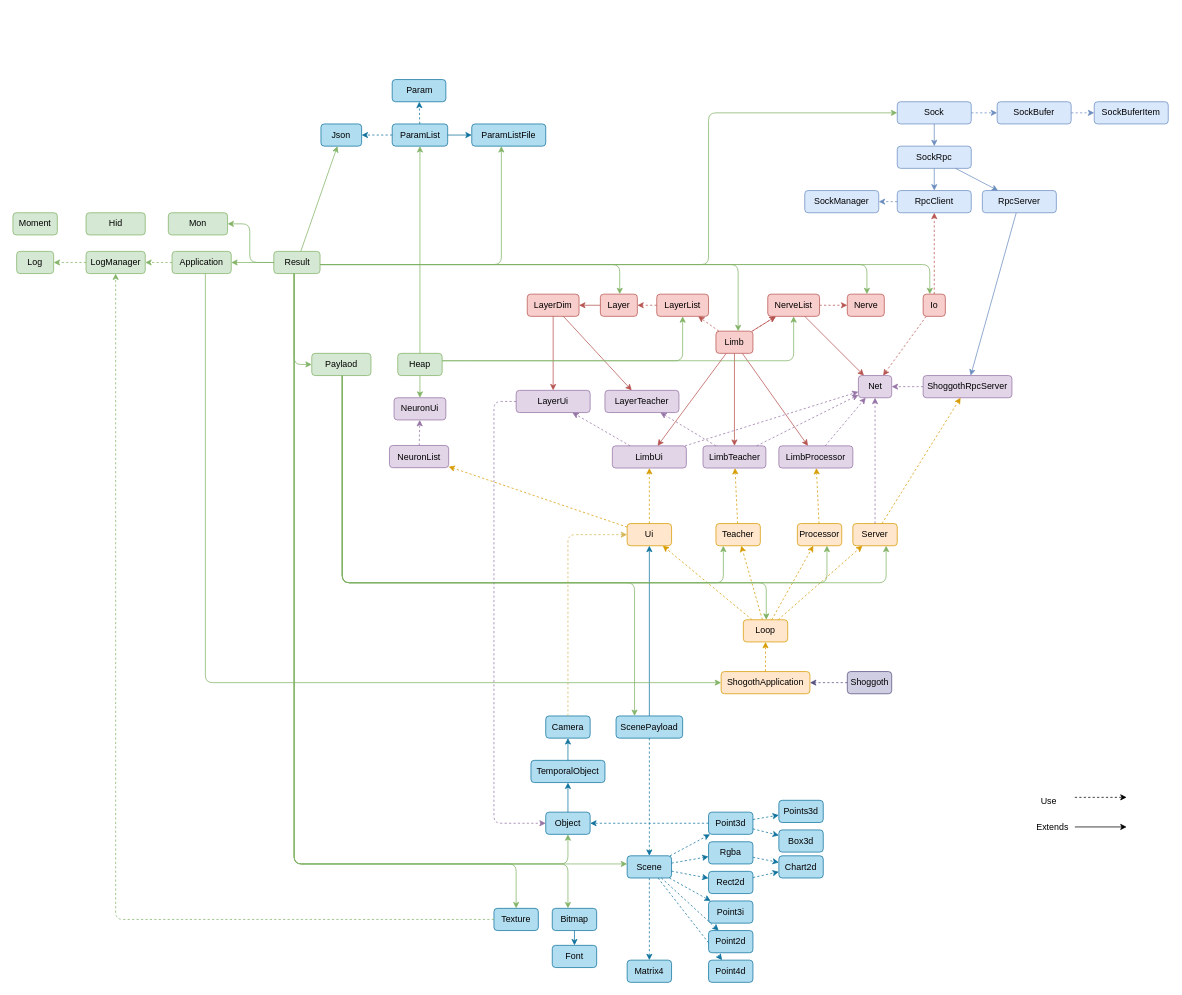
This is shoggoth.drawio from johnthesmith/shoggoth, a draw.io file, before an edit. Source tidied: cells renumbered, new cells numbered last; positions are measured from the earlier drawing's top-left corner, leaving out a move shared by most shapes. Both pictures are drawn from the tidied source at 74%, with x=0, y=0 at pixel (13, 79).
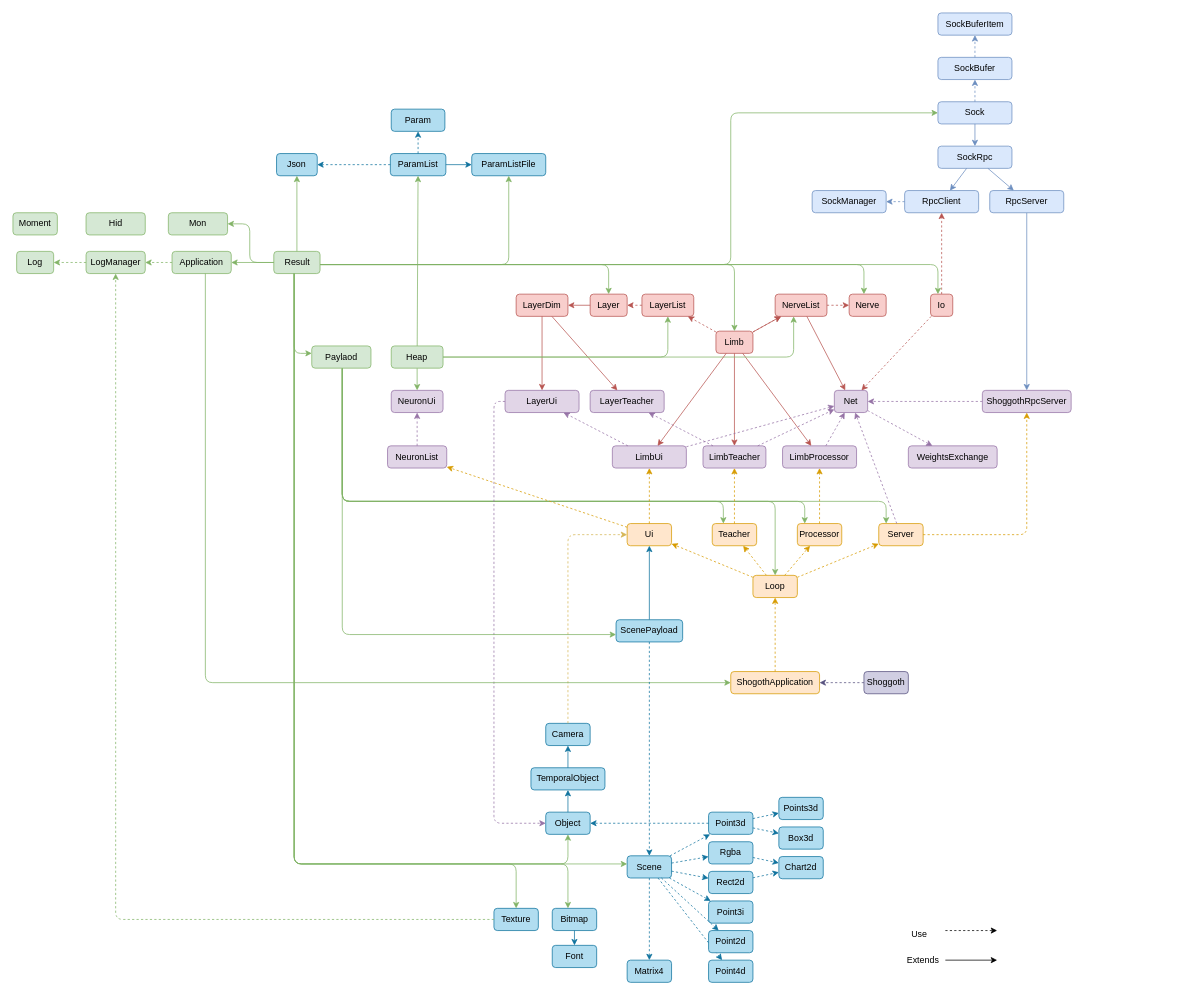
Above is the later version.

The change refers to these unchanged cells:
```xml
<mxCell id="15" value="Processor" style="text;html=1;align=center;verticalAlign=middle;whiteSpace=wrap;rounded=1;fillColor=#ffe6cc;strokeColor=#d79b00;" parent="1" vertex="1">
  <mxGeometry x="1060" y="600" width="60" height="30" as="geometry" />
</mxCell>
<mxCell id="27" value="Limb" style="text;html=1;align=center;verticalAlign=middle;whiteSpace=wrap;rounded=1;fillColor=#f8cecc;strokeColor=#b85450;" parent="1" vertex="1">
  <mxGeometry x="950" y="340" width="50" height="30" as="geometry" />
</mxCell>
<mxCell id="92" value="Result" style="text;html=1;align=center;verticalAlign=middle;whiteSpace=wrap;rounded=1;fillColor=#d5e8d4;strokeColor=#82b366;" parent="1" vertex="1">
  <mxGeometry x="352.5" y="232.2" width="62.5" height="30" as="geometry" />
</mxCell>
```

The edit, as a diff of the source:
```diff
@@
     <mxCell id="2" value="Shoggoth" style="text;html=1;align=center;verticalAlign=middle;whiteSpace=wrap;rounded=1;fillColor=#d0cee2;strokeColor=#56517e;" parent="1" vertex="1">
-      <mxGeometry x="1127.5" y="800" width="60" height="30" as="geometry" />
+      <mxGeometry x="1150" y="800" width="60" height="30" as="geometry" />
     </mxCell>
@@
     <mxCell id="4" value="ShogothApplication" style="text;html=1;align=center;verticalAlign=middle;whiteSpace=wrap;rounded=1;fillColor=#ffe6cc;strokeColor=#d79b00;" parent="1" vertex="1">
-      <mxGeometry x="957" y="800" width="120" height="30" as="geometry" />
+      <mxGeometry x="970" y="800" width="120" height="30" as="geometry" />
     </mxCell>
@@
     <mxCell id="6" value="Server" style="text;html=1;align=center;verticalAlign=middle;whiteSpace=wrap;rounded=1;fillColor=#ffe6cc;strokeColor=#d79b00;" parent="1" vertex="1">
-      <mxGeometry x="1135" y="600" width="60" height="30" as="geometry" />
+      <mxGeometry x="1170" y="600" width="60" height="30" as="geometry" />
     </mxCell>
@@
     <mxCell id="8" value="Teacher" style="text;html=1;align=center;verticalAlign=middle;whiteSpace=wrap;rounded=1;fillColor=#ffe6cc;strokeColor=#d79b00;" parent="1" vertex="1">
-      <mxGeometry x="950" y="600" width="60" height="30" as="geometry" />
+      <mxGeometry x="945" y="600" width="60" height="30" as="geometry" />
     </mxCell>
@@
     <mxCell id="13" value="Loop" style="text;html=1;align=center;verticalAlign=middle;whiteSpace=wrap;rounded=1;fillColor=#ffe6cc;strokeColor=#d79b00;" parent="1" vertex="1">
-      <mxGeometry x="987" y="730" width="60" height="30" as="geometry" />
+      <mxGeometry x="1000" y="670" width="60" height="30" as="geometry" />
     </mxCell>
@@
     <mxCell id="16" style="rounded=1;jettySize=auto;html=1;fillColor=#d5e8d4;strokeColor=#82b366;edgeStyle=orthogonalEdgeStyle;" parent="1" edge="1" source="112" target="8">
       <mxGeometry relative="1" as="geometry">
         <Array as="points">
-          <mxPoint x="445" y="680" />
-          <mxPoint x="960" y="680" />
+          <mxPoint x="445" y="570" />
+          <mxPoint x="960" y="570" />
         </Array>
       </mxGeometry>
     </mxCell>
     <mxCell id="17" style="rounded=1;jettySize=auto;html=1;fillColor=#d5e8d4;strokeColor=#82b366;edgeStyle=orthogonalEdgeStyle;" parent="1" edge="1" source="112" target="13">
       <mxGeometry relative="1" as="geometry">
         <Array as="points">
-          <mxPoint x="445" y="680" />
-          <mxPoint x="1018" y="680" />
+          <mxPoint x="445" y="570" />
+          <mxPoint x="1030" y="570" />
         </Array>
       </mxGeometry>
     </mxCell>
@@
     <mxCell id="19" style="rounded=1;jettySize=auto;html=1;fillColor=#d5e8d4;strokeColor=#82b366;edgeStyle=orthogonalEdgeStyle;" parent="1" edge="1" source="112" target="6">
       <mxGeometry relative="1" as="geometry">
         <Array as="points">
-          <mxPoint x="445" y="680" />
-          <mxPoint x="1180" y="680" />
+          <mxPoint x="445" y="570" />
+          <mxPoint x="1180" y="570" />
         </Array>
       </mxGeometry>
     </mxCell>
     <mxCell id="20" style="rounded=1;jettySize=auto;html=1;fillColor=#d5e8d4;strokeColor=#82b366;edgeStyle=orthogonalEdgeStyle;" parent="1" edge="1" source="112" target="15">
       <mxGeometry relative="1" as="geometry">
         <Array as="points">
-          <mxPoint x="445" y="680" />
-          <mxPoint x="1100" y="680" />
+          <mxPoint x="445" y="570" />
+          <mxPoint x="1070" y="570" />
         </Array>
       </mxGeometry>
     </mxCell>
@@
     <mxCell id="22" value="LimbProcessor" style="text;html=1;align=center;verticalAlign=middle;whiteSpace=wrap;rounded=1;fillColor=#e1d5e7;strokeColor=#9673a6;" parent="1" vertex="1">
-      <mxGeometry x="1035" y="495" width="100" height="30" as="geometry" />
+      <mxGeometry x="1040" y="495" width="100" height="30" as="geometry" />
     </mxCell>
@@
     <mxCell id="30" value="Net" style="text;html=1;align=center;verticalAlign=middle;whiteSpace=wrap;rounded=1;fillColor=#e1d5e7;strokeColor=#9673a6;" parent="1" vertex="1">
-      <mxGeometry x="1142.5" y="400" width="45" height="30" as="geometry" />
+      <mxGeometry x="1110" y="420" width="45" height="30" as="geometry" />
     </mxCell>
@@
     <mxCell id="35" value="Layer" style="text;html=1;align=center;verticalAlign=middle;whiteSpace=wrap;rounded=1;fillColor=#f8cecc;strokeColor=#b85450;" parent="1" vertex="1">
-      <mxGeometry x="793.8" y="290" width="50" height="30" as="geometry" />
+      <mxGeometry x="780" y="290" width="50" height="30" as="geometry" />
     </mxCell>
     <mxCell id="36" value="LayerTeacher" style="text;html=1;align=center;verticalAlign=middle;whiteSpace=wrap;rounded=1;fillColor=#e1d5e7;strokeColor=#9673a6;" parent="1" vertex="1">
-      <mxGeometry x="800" y="420" width="100" height="30" as="geometry" />
+      <mxGeometry x="780" y="420" width="100" height="30" as="geometry" />
     </mxCell>
@@
     <mxCell id="39" value="LayerUi" style="text;html=1;align=center;verticalAlign=middle;whiteSpace=wrap;rounded=1;fillColor=#e1d5e7;strokeColor=#9673a6;" parent="1" vertex="1">
-      <mxGeometry x="680" y="420" width="100" height="30" as="geometry" />
+      <mxGeometry x="665" y="420" width="100" height="30" as="geometry" />
     </mxCell>
@@
     <mxCell id="43" value="LayerDim" style="text;html=1;align=center;verticalAlign=middle;whiteSpace=wrap;rounded=1;fillColor=#f8cecc;strokeColor=#b85450;" parent="1" vertex="1">
-      <mxGeometry x="695" y="290" width="70" height="30" as="geometry" />
+      <mxGeometry x="680" y="290" width="70" height="30" as="geometry" />
     </mxCell>
@@
     <mxCell id="45" value="NeuronUi" style="text;html=1;align=center;verticalAlign=middle;whiteSpace=wrap;rounded=1;fillColor=#e1d5e7;strokeColor=#9673a6;" parent="1" vertex="1">
-      <mxGeometry x="515" y="430" width="70" height="30" as="geometry" />
+      <mxGeometry x="511.2" y="420" width="70" height="30" as="geometry" />
     </mxCell>
     <mxCell id="46" value="NeuronList" style="text;html=1;align=center;verticalAlign=middle;whiteSpace=wrap;rounded=1;fillColor=#e1d5e7;strokeColor=#9673a6;" parent="1" vertex="1">
-      <mxGeometry x="508.8" y="494.5" width="80" height="30" as="geometry" />
+      <mxGeometry x="506.2" y="495" width="80" height="30" as="geometry" />
     </mxCell>
@@
     <mxCell id="49" style="rounded=1;jettySize=auto;html=1;edgeStyle=orthogonalEdgeStyle;fillColor=#d5e8d4;strokeColor=#82b366;" parent="1" edge="1" source="92" target="35">
       <mxGeometry relative="1" as="geometry">
         <Array as="points">
-          <mxPoint x="820" y="250" />
+          <mxPoint x="805" y="250" />
         </Array>
       </mxGeometry>
     </mxCell>
     <mxCell id="50" value="LayerList" style="text;html=1;align=center;verticalAlign=middle;whiteSpace=wrap;rounded=1;fillColor=#f8cecc;strokeColor=#b85450;" parent="1" vertex="1">
-      <mxGeometry x="870" y="290" width="70" height="30" as="geometry" />
+      <mxGeometry x="850" y="290" width="70" height="30" as="geometry" />
     </mxCell>
     <mxCell id="51" style="rounded=1;jettySize=auto;html=1;edgeStyle=orthogonalEdgeStyle;fillColor=#d5e8d4;strokeColor=#82b366;" parent="1" edge="1" source="91" target="153">
       <mxGeometry relative="1" as="geometry">
         <Array as="points">
-          <mxPoint x="613" y="380" />
-          <mxPoint x="1065" y="380" />
+          <mxPoint x="1055" y="375" />
         </Array>
       </mxGeometry>
     </mxCell>
@@
     <mxCell id="53" value="Nerve" style="text;html=1;align=center;verticalAlign=middle;whiteSpace=wrap;rounded=1;fillColor=#f8cecc;strokeColor=#b85450;" parent="1" vertex="1">
-      <mxGeometry x="1127.5" y="290" width="50" height="30" as="geometry" />
+      <mxGeometry x="1130" y="290" width="50" height="30" as="geometry" />
     </mxCell>
     <mxCell id="54" style="rounded=1;jettySize=auto;html=1;edgeStyle=orthogonalEdgeStyle;fillColor=#d5e8d4;strokeColor=#82b366;" parent="1" edge="1" source="92" target="53">
       <mxGeometry relative="1" as="geometry">
         <Array as="points">
-          <mxPoint x="1154" y="250" />
+          <mxPoint x="1150" y="250" />
         </Array>
       </mxGeometry>
     </mxCell>
@@
     <mxCell id="56" style="rounded=1;jettySize=auto;html=1;edgeStyle=orthogonalEdgeStyle;fillColor=#d5e8d4;strokeColor=#82b366;" parent="1" edge="1" source="92" target="27">
       <mxGeometry relative="1" as="geometry">
         <Array as="points">
-          <mxPoint x="980" y="250" />
+          <mxPoint x="975" y="250" />
         </Array>
       </mxGeometry>
     </mxCell>
     <mxCell id="57" style="rounded=1;jettySize=auto;html=1;edgeStyle=orthogonalEdgeStyle;fillColor=#d5e8d4;strokeColor=#82b366;" parent="1" edge="1" source="91" target="50">
       <mxGeometry relative="1" as="geometry">
         <Array as="points">
-          <mxPoint x="613" y="380" />
-          <mxPoint x="890" y="380" />
+          <mxPoint x="885" y="375" />
         </Array>
       </mxGeometry>
     </mxCell>
@@
     <mxCell id="60" value="ShoggothRpcServer" style="text;html=1;align=center;verticalAlign=middle;whiteSpace=wrap;rounded=1;fillColor=#e1d5e7;strokeColor=#9673a6;" parent="1" vertex="1">
-      <mxGeometry x="1230" y="400" width="120" height="30" as="geometry" />
+      <mxGeometry x="1310" y="420" width="120" height="30" as="geometry" />
     </mxCell>
-    <mxCell id="61" style="rounded=1;jettySize=auto;html=1;dashed=1;fillColor=#ffe6cc;strokeColor=#d79b00;" parent="1" edge="1" source="6" target="60">
-      <mxGeometry relative="1" as="geometry" />
+    <mxCell id="61" style="rounded=1;jettySize=auto;html=1;dashed=1;fillColor=#ffe6cc;strokeColor=#d79b00;edgeStyle=orthogonalEdgeStyle;" parent="1" edge="1" source="6" target="60">
+      <mxGeometry relative="1" as="geometry">
+        <Array as="points">
+          <mxPoint x="1370" y="615" />
+        </Array>
+      </mxGeometry>
     </mxCell>
@@
     <mxCell id="63" style="rounded=1;jettySize=auto;html=1;edgeStyle=orthogonalEdgeStyle;fillColor=#d5e8d4;strokeColor=#82b366;" parent="1" edge="1" source="92" target="154">
       <mxGeometry relative="1" as="geometry">
         <Array as="points">
-          <mxPoint x="1239" y="250" />
+          <mxPoint x="1250" y="250" />
         </Array>
       </mxGeometry>
     </mxCell>
@@
     <mxCell id="67" style="rounded=1;orthogonalLoop=1;jettySize=auto;html=1;dashed=1;" parent="1" edge="1">
       <mxGeometry relative="1" as="geometry">
-        <mxPoint x="1435" y="970" as="sourcePoint" />
-        <mxPoint x="1505" y="970" as="targetPoint" />
+        <mxPoint x="1260" y="1150" as="sourcePoint" />
+        <mxPoint x="1330" y="1150" as="targetPoint" />
       </mxGeometry>
     </mxCell>
     <mxCell id="68" value="Use" style="text;html=1;align=center;verticalAlign=middle;whiteSpace=wrap;rounded=1;" parent="1" vertex="1">
-      <mxGeometry x="1370" y="960" width="60" height="30" as="geometry" />
+      <mxGeometry x="1195" y="1140" width="60" height="30" as="geometry" />
     </mxCell>
     <mxCell id="69" style="rounded=1;orthogonalLoop=1;jettySize=auto;html=1;" parent="1" edge="1">
       <mxGeometry relative="1" as="geometry">
-        <mxPoint x="1435" y="1010" as="sourcePoint" />
-        <mxPoint x="1505" y="1010" as="targetPoint" />
+        <mxPoint x="1260" y="1190" as="sourcePoint" />
+        <mxPoint x="1330" y="1190" as="targetPoint" />
       </mxGeometry>
     </mxCell>
     <mxCell id="70" value="Extends" style="text;html=1;align=center;verticalAlign=middle;whiteSpace=wrap;rounded=1;" parent="1" vertex="1">
-      <mxGeometry x="1375" y="995.5" width="60" height="30" as="geometry" />
+      <mxGeometry x="1200" y="1175.5" width="60" height="30" as="geometry" />
     </mxCell>
@@
     <mxCell id="73" value="Camera" style="text;html=1;align=center;verticalAlign=middle;whiteSpace=wrap;rounded=1;fillColor=#b1ddf0;strokeColor=#10739e;" parent="1" vertex="1">
-      <mxGeometry x="720" y="860" width="60" height="30" as="geometry" />
+      <mxGeometry x="720" y="870" width="60" height="30" as="geometry" />
     </mxCell>
@@
     <mxCell id="75" value="ScenePayload" style="text;html=1;align=center;verticalAlign=middle;whiteSpace=wrap;rounded=1;fillColor=#b1ddf0;strokeColor=#10739e;" parent="1" vertex="1">
-      <mxGeometry x="815" y="860" width="90" height="30" as="geometry" />
+      <mxGeometry x="815" y="730" width="90" height="30" as="geometry" />
     </mxCell>
@@
     <mxCell id="77" value="RpcClient" style="text;html=1;align=center;verticalAlign=middle;whiteSpace=wrap;rounded=1;fillColor=#dae8fc;strokeColor=#6c8ebf;" parent="1" vertex="1">
-      <mxGeometry x="1195" y="150" width="100" height="30" as="geometry" />
+      <mxGeometry x="1205" y="150" width="100" height="30" as="geometry" />
     </mxCell>
     <mxCell id="78" value="RpcServer" style="text;html=1;align=center;verticalAlign=middle;whiteSpace=wrap;rounded=1;fillColor=#dae8fc;strokeColor=#6c8ebf;" parent="1" vertex="1">
-      <mxGeometry x="1310" y="150" width="100" height="30" as="geometry" />
+      <mxGeometry x="1320" y="150" width="100" height="30" as="geometry" />
     </mxCell>
     <mxCell id="79" value="Sock" style="text;html=1;align=center;verticalAlign=middle;whiteSpace=wrap;rounded=1;fillColor=#dae8fc;strokeColor=#6c8ebf;" parent="1" vertex="1">
-      <mxGeometry x="1195" y="30" width="100" height="30" as="geometry" />
+      <mxGeometry x="1250" y="30" width="100" height="30" as="geometry" />
     </mxCell>
     <mxCell id="80" value="SockRpc" style="text;html=1;align=center;verticalAlign=middle;whiteSpace=wrap;rounded=1;fillColor=#dae8fc;strokeColor=#6c8ebf;" parent="1" vertex="1">
-      <mxGeometry x="1195" y="90" width="100" height="30" as="geometry" />
+      <mxGeometry x="1250" y="90" width="100" height="30" as="geometry" />
     </mxCell>
@@
     <mxCell id="82" value="SockManager" style="text;html=1;align=center;verticalAlign=middle;whiteSpace=wrap;rounded=1;fillColor=#dae8fc;strokeColor=#6c8ebf;" parent="1" vertex="1">
-      <mxGeometry x="1070" y="150" width="100" height="30" as="geometry" />
+      <mxGeometry x="1080" y="150" width="100" height="30" as="geometry" />
     </mxCell>
     <mxCell id="83" value="SockBufer" style="text;html=1;align=center;verticalAlign=middle;whiteSpace=wrap;rounded=1;fillColor=#dae8fc;strokeColor=#6c8ebf;" parent="1" vertex="1">
-      <mxGeometry x="1330" y="30" width="100" height="30" as="geometry" />
+      <mxGeometry x="1250" y="-30" width="100" height="30" as="geometry" />
     </mxCell>
     <mxCell id="84" value="SockBuferItem" style="text;html=1;align=center;verticalAlign=middle;whiteSpace=wrap;rounded=1;fillColor=#dae8fc;strokeColor=#6c8ebf;" parent="1" vertex="1">
-      <mxGeometry x="1461.2" y="30" width="100" height="30" as="geometry" />
+      <mxGeometry x="1250" y="-90" width="100" height="30" as="geometry" />
     </mxCell>
@@
     <mxCell id="90" style="rounded=1;jettySize=auto;html=1;fillColor=#d5e8d4;strokeColor=#82b366;edgeStyle=orthogonalEdgeStyle;" parent="1" edge="1" source="92" target="79">
       <mxGeometry relative="1" as="geometry">
         <Array as="points">
-          <mxPoint x="940" y="250" />
-          <mxPoint x="940" y="45" />
+          <mxPoint x="970" y="250" />
+          <mxPoint x="970" y="45" />
         </Array>
       </mxGeometry>
     </mxCell>
     <mxCell id="91" value="Heap" style="text;html=1;align=center;verticalAlign=middle;whiteSpace=wrap;rounded=1;fillColor=#d5e8d4;strokeColor=#82b366;" parent="1" vertex="1">
-      <mxGeometry x="520" y="370" width="60" height="30" as="geometry" />
+      <mxGeometry x="511.2" y="360" width="70" height="30" as="geometry" />
     </mxCell>
@@
     <mxCell id="101" value="Json" style="text;html=1;align=center;verticalAlign=middle;whiteSpace=wrap;rounded=1;fillColor=#b1ddf0;strokeColor=#10739e;" parent="1" vertex="1">
-      <mxGeometry x="416.2" y="60" width="55" height="30" as="geometry" />
+      <mxGeometry x="356.2" y="100" width="55" height="30" as="geometry" />
     </mxCell>
     <mxCell id="102" value="Param" style="text;html=1;align=center;verticalAlign=middle;whiteSpace=wrap;rounded=1;fillColor=#b1ddf0;strokeColor=#10739e;" parent="1" vertex="1">
-      <mxGeometry x="512.5" width="72.5" height="30" as="geometry" />
+      <mxGeometry x="511.2" y="40" width="72.5" height="30" as="geometry" />
     </mxCell>
     <mxCell id="103" value="ParamList" style="text;html=1;align=center;verticalAlign=middle;whiteSpace=wrap;rounded=1;fillColor=#b1ddf0;strokeColor=#10739e;" parent="1" vertex="1">
-      <mxGeometry x="512.5" y="60" width="75" height="30" as="geometry" />
+      <mxGeometry x="510" y="100" width="75" height="30" as="geometry" />
     </mxCell>
@@
     <mxCell id="105" value="ParamListFile" style="text;html=1;align=center;verticalAlign=middle;whiteSpace=wrap;rounded=1;fillColor=#b1ddf0;strokeColor=#10739e;" parent="1" vertex="1">
-      <mxGeometry x="620" y="60" width="100" height="30" as="geometry" />
+      <mxGeometry x="620" y="100" width="100" height="30" as="geometry" />
     </mxCell>
@@
     <mxCell id="107" style="rounded=1;jettySize=auto;html=1;fillColor=#d5e8d4;strokeColor=#82b366;edgeStyle=orthogonalEdgeStyle;" parent="1" edge="1" source="92" target="105">
       <mxGeometry relative="1" as="geometry">
         <Array as="points">
-          <mxPoint x="660" y="250" />
+          <mxPoint x="670" y="250" />
         </Array>
       </mxGeometry>
     </mxCell>
@@
     <mxCell id="112" value="Paylaod" style="text;html=1;align=center;verticalAlign=middle;whiteSpace=wrap;rounded=1;fillColor=#d5e8d4;strokeColor=#82b366;" parent="1" vertex="1">
-      <mxGeometry x="403.8" y="370" width="80" height="30" as="geometry" />
+      <mxGeometry x="403.8" y="360" width="80" height="30" as="geometry" />
     </mxCell>
     <mxCell id="113" style="rounded=1;jettySize=auto;html=1;fillColor=#d5e8d4;strokeColor=#82b366;edgeStyle=orthogonalEdgeStyle;" parent="1" edge="1" source="92" target="112">
       <mxGeometry relative="1" as="geometry">
         <Array as="points">
-          <mxPoint x="380" y="385" />
+          <mxPoint x="380" y="370" />
         </Array>
       </mxGeometry>
     </mxCell>
@@
     <mxCell id="115" style="rounded=1;jettySize=auto;html=1;fillColor=#d5e8d4;strokeColor=#82b366;edgeStyle=orthogonalEdgeStyle;" parent="1" edge="1" source="112" target="75">
       <mxGeometry relative="1" as="geometry">
         <Array as="points">
-          <mxPoint x="445" y="680" />
-          <mxPoint x="840" y="680" />
+          <mxPoint x="445" y="750" />
+          <mxPoint x="840" y="750" />
         </Array>
       </mxGeometry>
     </mxCell>
@@
     <mxCell id="121" value="TemporalObject" style="text;html=1;align=center;verticalAlign=middle;whiteSpace=wrap;rounded=1;fillColor=#b1ddf0;strokeColor=#10739e;" parent="1" vertex="1">
-      <mxGeometry x="700" y="920" width="100" height="30" as="geometry" />
+      <mxGeometry x="700" y="930" width="100" height="30" as="geometry" />
     </mxCell>
@@
     <mxCell id="142" value="Chart2d" style="text;html=1;align=center;verticalAlign=middle;whiteSpace=wrap;rounded=1;fillColor=#b1ddf0;strokeColor=#10739e;" parent="1" vertex="1">
-      <mxGeometry x="1035" y="1049" width="60" height="30" as="geometry" />
+      <mxGeometry x="1035" y="1050" width="60" height="30" as="geometry" />
     </mxCell>
@@
     <mxCell id="146" value="Box3d" style="text;html=1;align=center;verticalAlign=middle;whiteSpace=wrap;rounded=1;fillColor=#b1ddf0;strokeColor=#10739e;" parent="1" vertex="1">
-      <mxGeometry x="1035" y="1014" width="60" height="30" as="geometry" />
+      <mxGeometry x="1035" y="1010" width="60" height="30" as="geometry" />
     </mxCell>
@@
     <mxCell id="150" value="Points3d" style="text;html=1;align=center;verticalAlign=middle;whiteSpace=wrap;rounded=1;fillColor=#b1ddf0;strokeColor=#10739e;" parent="1" vertex="1">
-      <mxGeometry x="1035" y="974" width="60" height="30" as="geometry" />
+      <mxGeometry x="1035" y="970" width="60" height="30" as="geometry" />
     </mxCell>
@@
     <mxCell id="153" value="NerveList" style="text;html=1;align=center;verticalAlign=middle;whiteSpace=wrap;rounded=1;fillColor=#f8cecc;strokeColor=#b85450;" parent="1" vertex="1">
-      <mxGeometry x="1020" y="290" width="70" height="30" as="geometry" />
+      <mxGeometry x="1030" y="290" width="70" height="30" as="geometry" />
     </mxCell>
     <mxCell id="154" value="Io" style="text;html=1;align=center;verticalAlign=middle;whiteSpace=wrap;rounded=1;fillColor=#f8cecc;strokeColor=#b85450;" parent="1" vertex="1">
-      <mxGeometry x="1230" y="290" width="30" height="30" as="geometry" />
+      <mxGeometry x="1240" y="290" width="30" height="30" as="geometry" />
     </mxCell>
@@
+    <mxCell id="156" value="WeightsExchange" style="text;html=1;align=center;verticalAlign=middle;whiteSpace=wrap;rounded=1;fillColor=#e1d5e7;strokeColor=#9673a6;" parent="1" vertex="1">
+      <mxGeometry x="1210" y="495" width="120" height="30" as="geometry" />
+    </mxCell>
+    <mxCell id="157" style="rounded=1;jettySize=auto;html=1;dashed=1;fillColor=#e1d5e7;strokeColor=#9673a6;" parent="1" edge="1" source="30" target="156">
+      <mxGeometry relative="1" as="geometry" />
+    </mxCell>
```
